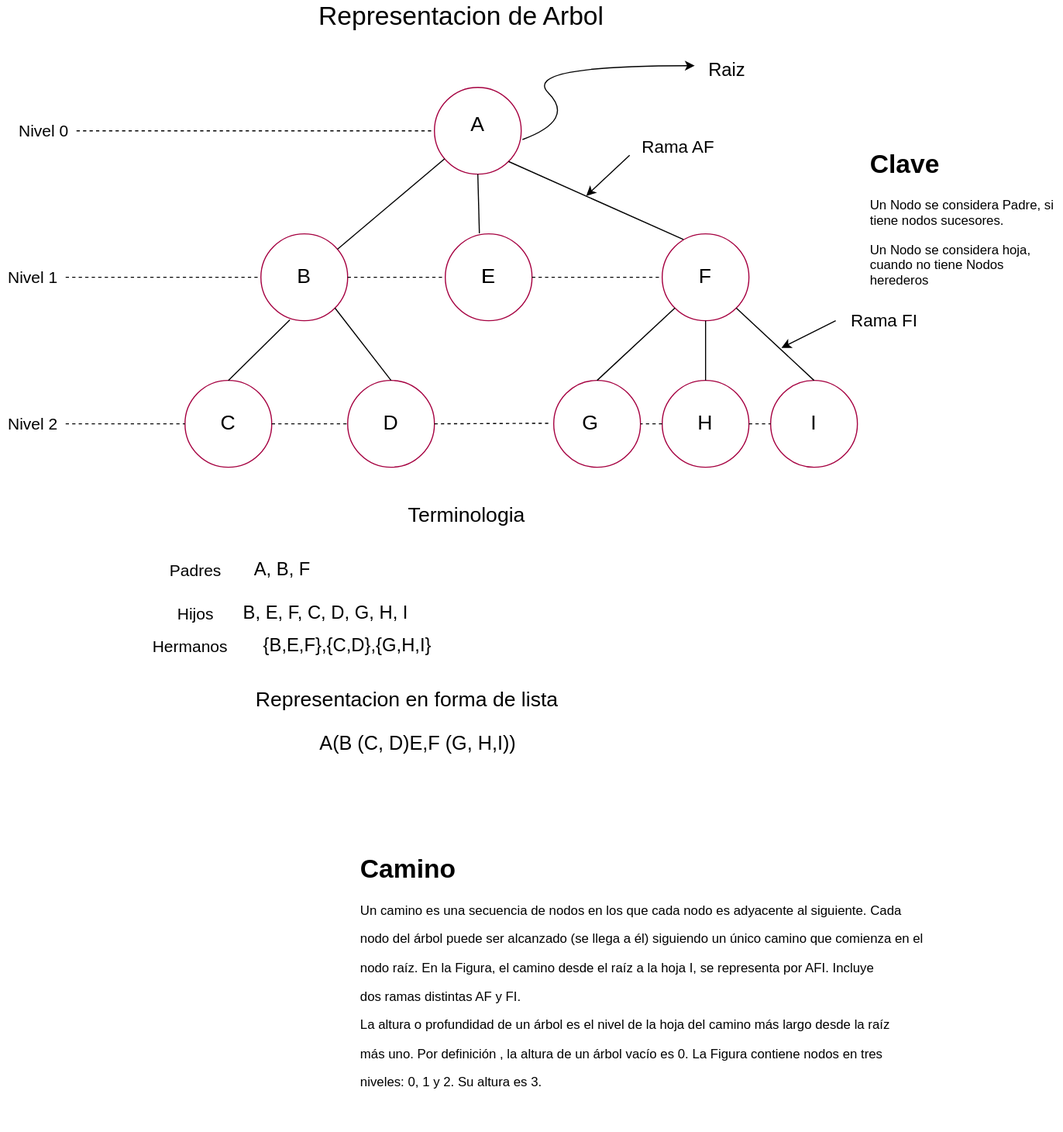
The draw.io diagram Estructura-de-datos/Arboles/Representacion.drawio.svg in Nordcode-cyber/Algoritmos-Estructdatos, before a commit. Source tidied: cells renumbered, new cells last; positions are measured from the earlier drawing's top-left corner, leaving out a move shared by most shapes.
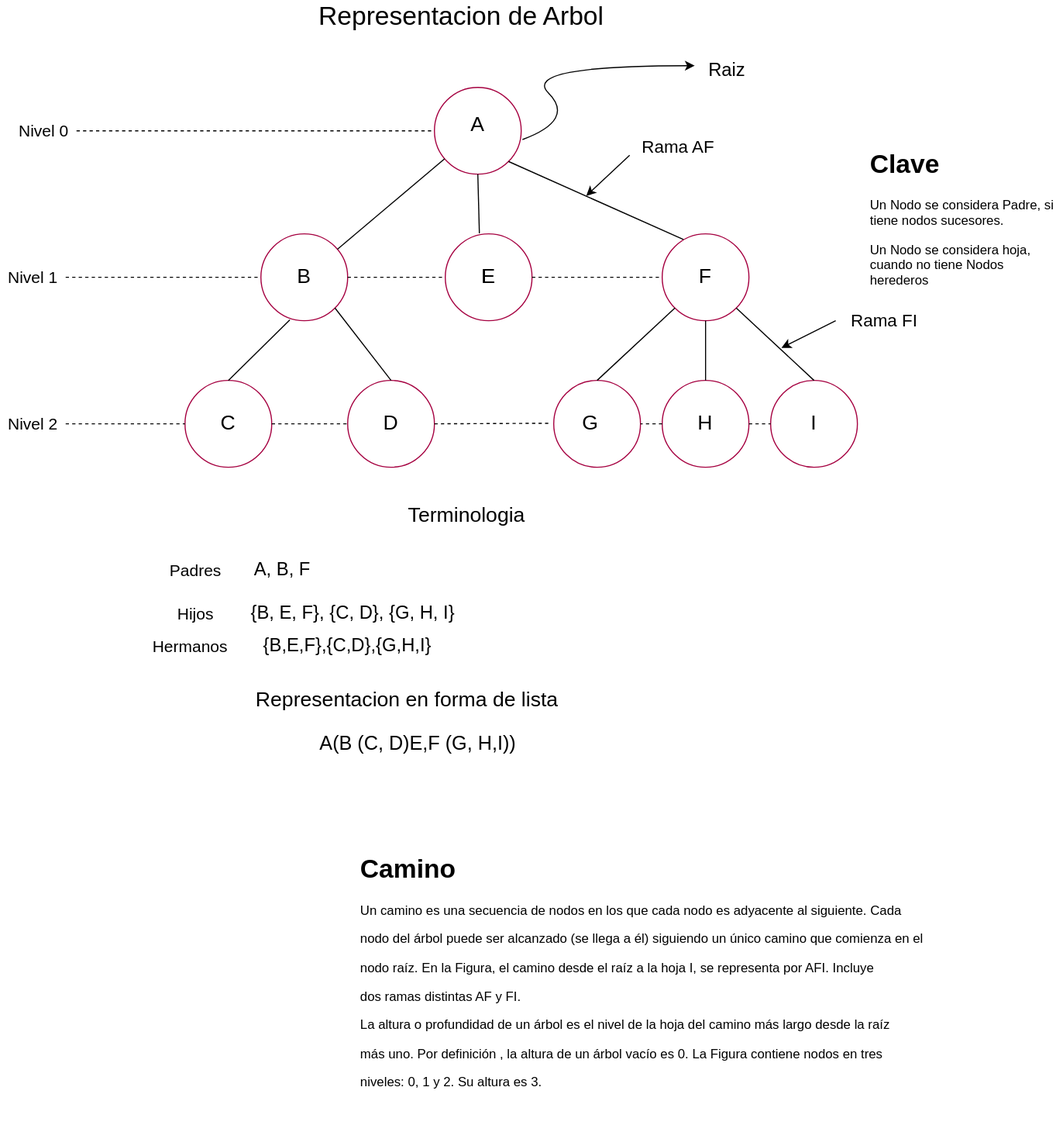
The same diagram one commit later.

Diff of the diagram source:
```diff
@@ -161,8 +161,8 @@
     <mxCell id="49" value="&lt;font style=&quot;font-size: 15px;&quot;&gt;Hijos&lt;/font&gt;" style="text;html=1;align=center;verticalAlign=middle;whiteSpace=wrap;rounded=0;" parent="1" vertex="1">
       <mxGeometry x="150" y="550" width="60" height="30" as="geometry" />
     </mxCell>
-    <mxCell id="50" value="&lt;font style=&quot;font-size: 17px;&quot;&gt;B, E, F, C, D, G, H, I&lt;/font&gt;" style="text;html=1;align=center;verticalAlign=middle;whiteSpace=wrap;rounded=0;" parent="1" vertex="1">
-      <mxGeometry x="210" y="550" width="180" height="30" as="geometry" />
+    <mxCell id="50" value="&lt;font style=&quot;font-size: 17px;&quot;&gt;{B, E, F}, {C, D}, {G, H, I}&lt;/font&gt;" style="text;html=1;align=center;verticalAlign=middle;whiteSpace=wrap;rounded=0;" parent="1" vertex="1">
+      <mxGeometry x="210" y="550" width="230" height="30" as="geometry" />
     </mxCell>
     <mxCell id="51" value="&lt;font style=&quot;font-size: 15px;&quot;&gt;Hermanos&lt;/font&gt;" style="text;html=1;align=center;verticalAlign=middle;whiteSpace=wrap;rounded=0;" parent="1" vertex="1">
       <mxGeometry x="140" y="580" width="70" height="30" as="geometry" />
```
